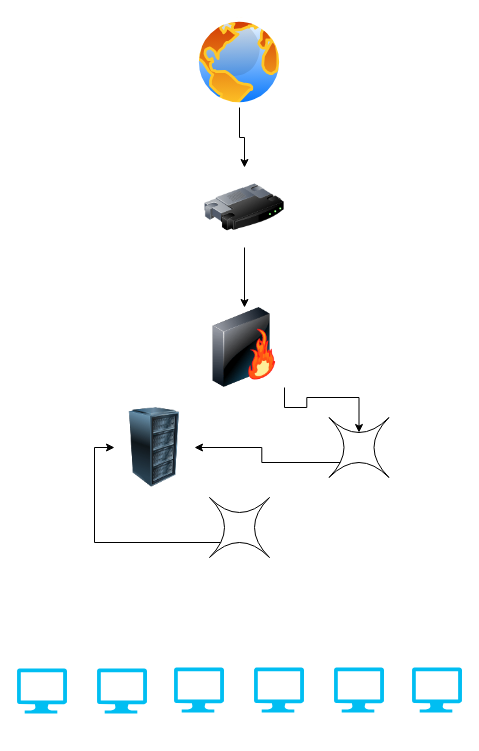
Above: Untitled Diagram.drawio in zecouto/Submission-File-Advanced-Bash (draw.io), before the change. Source tidied: cells renumbered, new cells numbered last; positions are measured from the earlier drawing's top-left corner, leaving out a move shared by most shapes. Both pictures are drawn from the tidied source at 100%, with x=0, y=0 at pixel (16, 17).
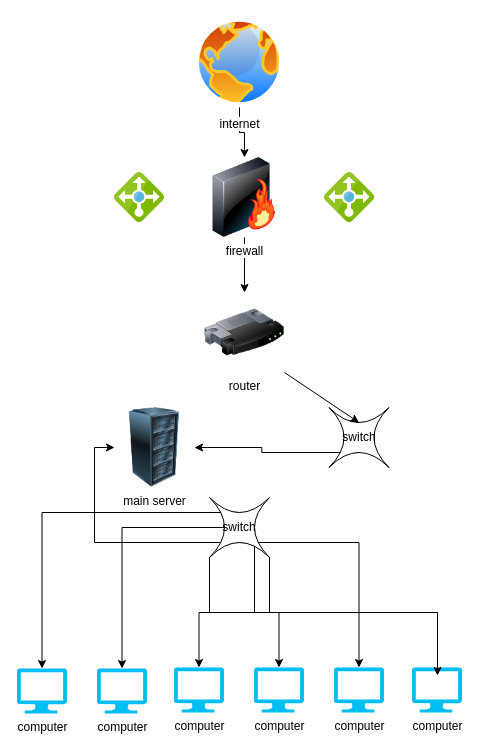
After the change.

What changed in the source:
```diff
@@
-    <mxCell id="2" style="verticalLabelPosition=bottom;html=1;verticalAlign=top;align=center;strokeColor=none;fillColor=#00BEF2;shape=mxgraph.azure.computer;" parent="1" vertex="1">
+    <mxCell id="2" value="computer" style="verticalLabelPosition=bottom;html=1;verticalAlign=top;align=center;strokeColor=none;fillColor=#00BEF2;shape=mxgraph.azure.computer;" parent="1" vertex="1">
       <mxGeometry x="395.5" y="650" width="50" height="45" as="geometry" />
     </mxCell>
-    <mxCell id="3" style="verticalLabelPosition=bottom;html=1;verticalAlign=top;align=center;strokeColor=none;fillColor=#00BEF2;shape=mxgraph.azure.computer;" parent="1" vertex="1">
+    <mxCell id="3" value="computer" style="verticalLabelPosition=bottom;html=1;verticalAlign=top;align=center;strokeColor=none;fillColor=#00BEF2;shape=mxgraph.azure.computer;" parent="1" vertex="1">
       <mxGeometry x="317.5" y="650" width="50" height="45" as="geometry" />
     </mxCell>
-    <mxCell id="4" style="verticalLabelPosition=bottom;html=1;verticalAlign=top;align=center;strokeColor=none;fillColor=#00BEF2;shape=mxgraph.azure.computer;" parent="1" vertex="1">
+    <mxCell id="4" value="computer" style="verticalLabelPosition=bottom;html=1;verticalAlign=top;align=center;strokeColor=none;fillColor=#00BEF2;shape=mxgraph.azure.computer;" parent="1" vertex="1">
       <mxGeometry x="237.5" y="650" width="50" height="45" as="geometry" />
     </mxCell>
-    <mxCell id="5" style="verticalLabelPosition=bottom;html=1;verticalAlign=top;align=center;strokeColor=none;fillColor=#00BEF2;shape=mxgraph.azure.computer;" parent="1" vertex="1">
+    <mxCell id="5" value="computer" style="verticalLabelPosition=bottom;html=1;verticalAlign=top;align=center;strokeColor=none;fillColor=#00BEF2;shape=mxgraph.azure.computer;" parent="1" vertex="1">
       <mxGeometry x="157.5" y="650" width="50" height="45" as="geometry" />
     </mxCell>
-    <mxCell id="6" style="verticalLabelPosition=bottom;html=1;verticalAlign=top;align=center;strokeColor=none;fillColor=#00BEF2;shape=mxgraph.azure.computer;" parent="1" vertex="1">
+    <mxCell id="6" value="computer" style="verticalLabelPosition=bottom;html=1;verticalAlign=top;align=center;strokeColor=none;fillColor=#00BEF2;shape=mxgraph.azure.computer;" parent="1" vertex="1">
       <mxGeometry x="80.5" y="651" width="50" height="45" as="geometry" />
     </mxCell>
-    <mxCell id="7" style="verticalLabelPosition=bottom;html=1;verticalAlign=top;align=center;strokeColor=none;fillColor=#00BEF2;shape=mxgraph.azure.computer;" parent="1" vertex="1">
+    <mxCell id="7" value="computer" style="verticalLabelPosition=bottom;html=1;verticalAlign=top;align=center;strokeColor=none;fillColor=#00BEF2;shape=mxgraph.azure.computer;" parent="1" vertex="1">
       <mxGeometry x="0.5" y="651" width="50" height="45" as="geometry" />
     </mxCell>
@@
+    <mxCell id="19" style="edgeStyle=orthogonalEdgeStyle;rounded=0;jettySize=auto;html=1;exitX=1;exitY=1;exitDx=0;exitDy=0;exitPerimeter=0;entryX=0.51;entryY=0.178;entryDx=0;entryDy=0;entryPerimeter=0;" parent="1" edge="1" source="9" target="2">
+      <mxGeometry relative="1" as="geometry" />
+    </mxCell>
+    <mxCell id="20" style="edgeStyle=orthogonalEdgeStyle;rounded=0;jettySize=auto;html=1;exitX=0.5;exitY=0.75;exitDx=0;exitDy=0;exitPerimeter=0;entryX=0.5;entryY=0;entryDx=0;entryDy=0;entryPerimeter=0;" parent="1" edge="1" source="9" target="3">
+      <mxGeometry relative="1" as="geometry" />
+    </mxCell>
+    <mxCell id="21" style="edgeStyle=orthogonalEdgeStyle;rounded=0;jettySize=auto;html=1;exitX=0;exitY=1;exitDx=0;exitDy=0;exitPerimeter=0;entryX=0.5;entryY=0;entryDx=0;entryDy=0;entryPerimeter=0;" parent="1" edge="1" source="9" target="4">
+      <mxGeometry relative="1" as="geometry" />
+    </mxCell>
+    <mxCell id="22" style="edgeStyle=orthogonalEdgeStyle;rounded=0;jettySize=auto;html=1;exitX=0.75;exitY=0.5;exitDx=0;exitDy=0;exitPerimeter=0;entryX=0.5;entryY=0;entryDx=0;entryDy=0;entryPerimeter=0;" parent="1" edge="1" source="9" target="5">
+      <mxGeometry relative="1" as="geometry" />
+    </mxCell>
+    <mxCell id="23" style="edgeStyle=orthogonalEdgeStyle;rounded=0;jettySize=auto;html=1;exitX=0.25;exitY=0.5;exitDx=0;exitDy=0;exitPerimeter=0;entryX=0.5;entryY=0;entryDx=0;entryDy=0;entryPerimeter=0;" parent="1" edge="1" source="9" target="6">
+      <mxGeometry relative="1" as="geometry" />
+    </mxCell>
+    <mxCell id="24" style="edgeStyle=orthogonalEdgeStyle;rounded=0;jettySize=auto;html=1;exitX=0.5;exitY=0.25;exitDx=0;exitDy=0;exitPerimeter=0;entryX=0.5;entryY=0;entryDx=0;entryDy=0;entryPerimeter=0;" parent="1" edge="1" source="9" target="7">
+      <mxGeometry relative="1" as="geometry" />
+    </mxCell>
-    <mxCell id="9" style="shape=switch;whiteSpace=wrap;html=1;" parent="1" vertex="1">
+    <mxCell id="9" value="switch" style="shape=switch;whiteSpace=wrap;html=1;" parent="1" vertex="1">
       <mxGeometry x="193" y="480" width="60" height="60" as="geometry" />
     </mxCell>
@@
-    <mxCell id="11" style="shape=switch;whiteSpace=wrap;html=1;" parent="1" vertex="1">
-      <mxGeometry x="312.5" y="400" width="60" height="60" as="geometry" />
+    <mxCell id="11" value="switch" style="shape=switch;whiteSpace=wrap;html=1;" parent="1" vertex="1">
+      <mxGeometry x="312.5" y="390" width="60" height="60" as="geometry" />
     </mxCell>
-    <mxCell id="12" style="edgeStyle=orthogonalEdgeStyle;rounded=0;jettySize=auto;html=1;exitX=0.5;exitY=1;exitDx=0;exitDy=0;entryX=0.5;entryY=0;entryDx=0;entryDy=0;" parent="1" edge="1" source="13" target="17">
-      <mxGeometry relative="1" as="geometry" />
-    </mxCell>
+    <mxCell id="25" style="rounded=0;jettySize=auto;html=1;exitX=1;exitY=1;exitDx=0;exitDy=0;entryX=0.5;entryY=0.25;entryDx=0;entryDy=0;entryPerimeter=0;" parent="1" edge="1" source="13" target="11">
+      <mxGeometry relative="1" as="geometry" />
+    </mxCell>
-    <mxCell id="13" style="image;html=1;image=img/lib/clip_art/networking/Router_128x128.png;" parent="1" vertex="1">
-      <mxGeometry x="188" y="150" width="80" height="80" as="geometry" />
+    <mxCell id="13" value="router" style="image;html=1;image=img/lib/clip_art/networking/Router_128x128.png;" parent="1" vertex="1">
+      <mxGeometry x="188" y="275" width="80" height="80" as="geometry" />
     </mxCell>
-    <mxCell id="14" style="edgeStyle=orthogonalEdgeStyle;rounded=0;jettySize=auto;html=1;exitX=0.5;exitY=1;exitDx=0;exitDy=0;entryX=0.5;entryY=0;entryDx=0;entryDy=0;" parent="1" edge="1" source="15" target="13">
-      <mxGeometry relative="1" as="geometry" />
-    </mxCell>
+    <mxCell id="26" style="edgeStyle=orthogonalEdgeStyle;rounded=0;jettySize=auto;html=1;exitX=0.5;exitY=1;exitDx=0;exitDy=0;entryX=0.5;entryY=0;entryDx=0;entryDy=0;" parent="1" edge="1" source="15" target="17">
+      <mxGeometry relative="1" as="geometry" />
+    </mxCell>
-    <mxCell id="15" style="perimeter=ellipsePerimeter;html=1;align=center;shadow=0;dashed=0;spacingTop=3;image;image=img/lib/active_directory/internet_globe.svg;" parent="1" vertex="1">
+    <mxCell id="15" value="internet" style="perimeter=ellipsePerimeter;html=1;align=center;shadow=0;dashed=0;spacingTop=3;image;image=img/lib/active_directory/internet_globe.svg;" parent="1" vertex="1">
       <mxGeometry x="178" width="90" height="90" as="geometry" />
     </mxCell>
-    <mxCell id="16" style="edgeStyle=orthogonalEdgeStyle;rounded=0;jettySize=auto;html=1;exitX=1;exitY=1;exitDx=0;exitDy=0;entryX=0.5;entryY=0.25;entryDx=0;entryDy=0;entryPerimeter=0;" parent="1" edge="1" source="17" target="11">
-      <mxGeometry relative="1" as="geometry" />
-    </mxCell>
+    <mxCell id="27" style="edgeStyle=orthogonalEdgeStyle;rounded=0;jettySize=auto;html=1;exitX=0.5;exitY=1;exitDx=0;exitDy=0;entryX=0.5;entryY=0;entryDx=0;entryDy=0;" parent="1" edge="1" source="17" target="13">
+      <mxGeometry relative="1" as="geometry" />
+    </mxCell>
-    <mxCell id="17" style="image;html=1;image=img/lib/clip_art/networking/Firewall-page1_128x128.png;" parent="1" vertex="1">
-      <mxGeometry x="188" y="290" width="80" height="80" as="geometry" />
+    <mxCell id="17" value="firewall" style="image;html=1;image=img/lib/clip_art/networking/Firewall-page1_128x128.png;" parent="1" vertex="1">
+      <mxGeometry x="188" y="140" width="80" height="80" as="geometry" />
     </mxCell>
-    <mxCell id="18" style="image;html=1;image=img/lib/clip_art/computers/Server_Rack_128x128.png;" parent="1" vertex="1">
+    <mxCell id="18" value="main server" style="image;html=1;image=img/lib/clip_art/computers/Server_Rack_128x128.png;" parent="1" vertex="1">
       <mxGeometry x="98" y="390" width="80" height="80" as="geometry" />
     </mxCell>
+    <mxCell id="28" style="sketch=0;html=1;align=center;image;fontSize=12;image=img/lib/mscae/Load_Balancer_feature.svg;" parent="1" vertex="1">
+      <mxGeometry x="98" y="155" width="50" height="50" as="geometry" />
+    </mxCell>
+    <mxCell id="29" style="sketch=0;html=1;align=center;image;fontSize=12;image=img/lib/mscae/Load_Balancer_feature.svg;" parent="1" vertex="1">
+      <mxGeometry x="308" y="155" width="50" height="50" as="geometry" />
+    </mxCell>
```
